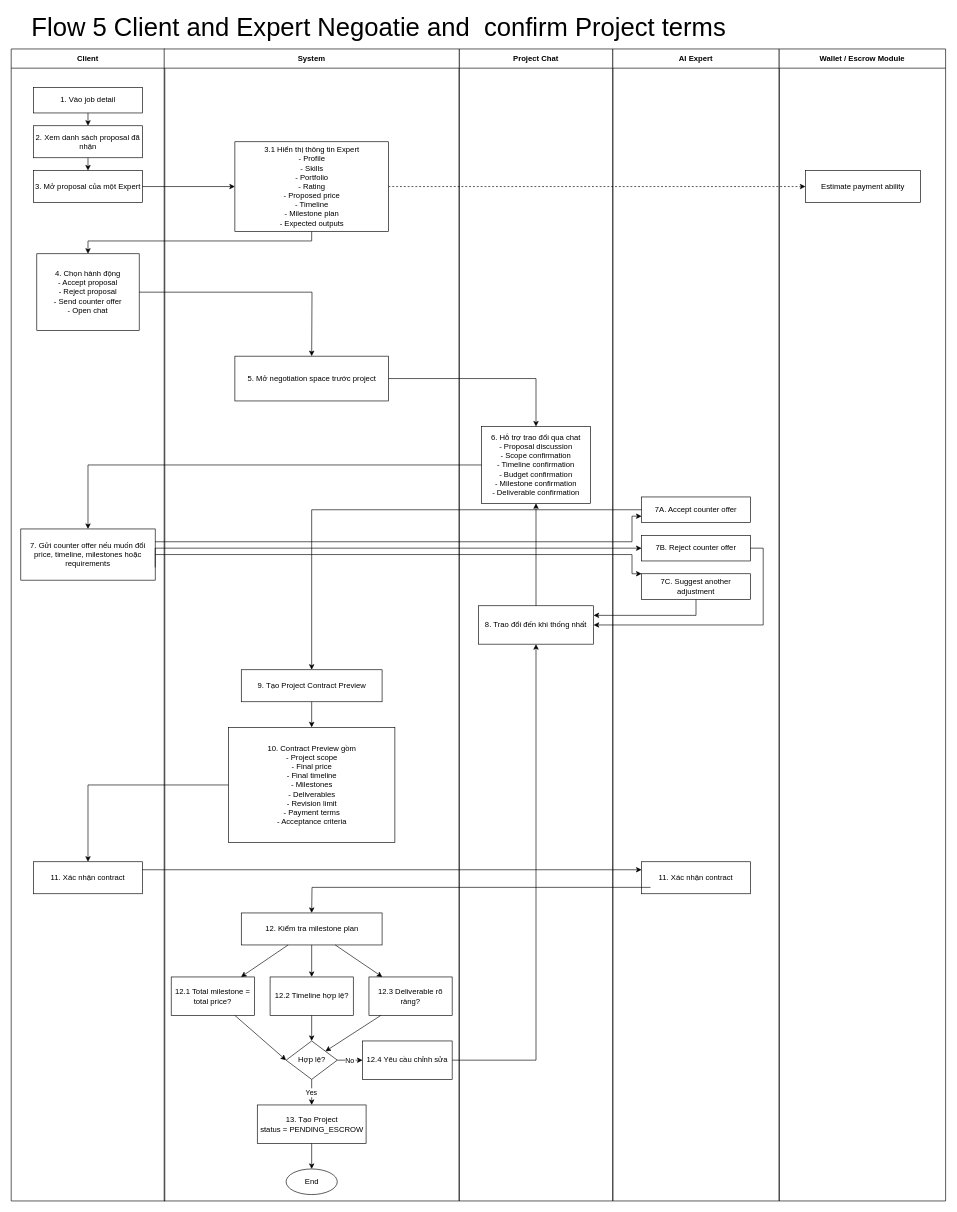
khoabuck/AI-Tasker keeps this draw.io diagram as Document AiTasker/MainFlow/flow_5_Client_and_Expert_Negoatie_and_confirm_Project_terms.drawio. Above is the earlier version. Source tidied: cells renumbered, new cells numbered last; positions are measured from the earlier drawing's top-left corner, leaving out a move shared by most shapes. Both pictures are drawn from the tidied source at 64%, with x=0, y=0 at pixel (11, 17).
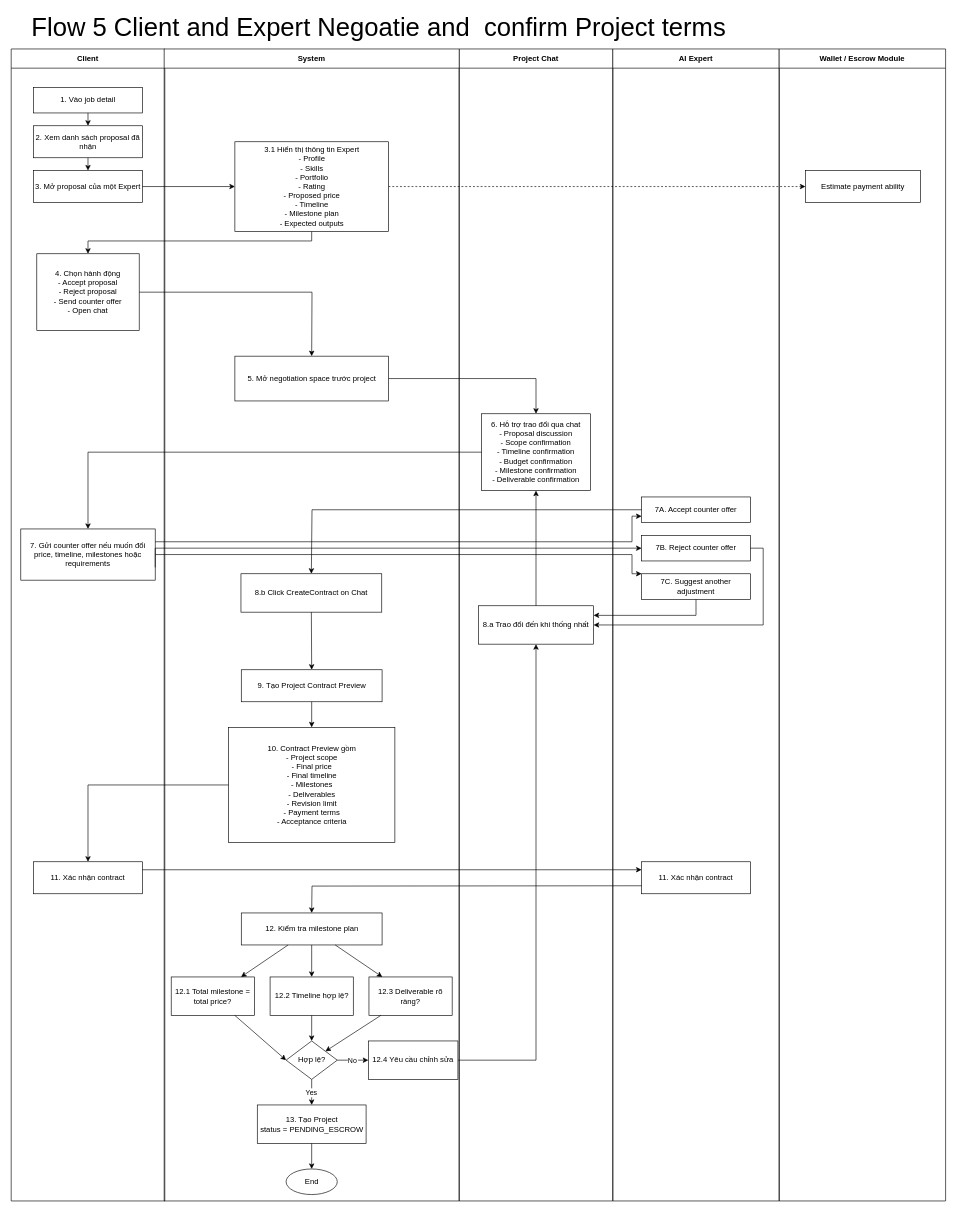
The same diagram, later.

Unchanged cells that the change refers to:
```xml
<mxCell id="7" value="7. Gửi counter offer nếu muốn đổi price, timeline, milestones hoặc requirements" style="rounded=0;whiteSpace=wrap;html=1;strokeColor=default;" parent="2" vertex="1">
  <mxGeometry x="15" y="750" width="210" height="80" as="geometry" />
</mxCell>
<mxCell id="9" value="Project Chat" style="swimlane;horizontal=1;startSize=30;" parent="1" vertex="1">
  <mxGeometry x="700" y="50" width="240" height="1800" as="geometry" />
</mxCell>
<mxCell id="14" value="7B. Reject counter offer" style="rounded=0;whiteSpace=wrap;html=1;strokeColor=default;" parent="13" vertex="1">
  <mxGeometry x="45" y="760" width="170" height="40" as="geometry" />
</mxCell>
<mxCell id="15" value="7C. Suggest another adjustment" style="rounded=0;whiteSpace=wrap;html=1;strokeColor=default;" parent="13" vertex="1">
  <mxGeometry x="45" y="820" width="170" height="40" as="geometry" />
</mxCell>
<mxCell id="16" value="7A. Accept counter offer" style="rounded=0;whiteSpace=wrap;html=1;strokeColor=default;" parent="13" vertex="1">
  <mxGeometry x="45" y="700" width="170" height="40" as="geometry" />
</mxCell>
<mxCell id="17" value="11. Xác nhận contract" style="rounded=0;whiteSpace=wrap;html=1;strokeColor=default;" parent="13" vertex="1">
  <mxGeometry x="45" y="1270" width="170" height="50" as="geometry" />
</mxCell>
<mxCell id="35" value="System" style="swimlane;horizontal=1;startSize=30;" parent="1" vertex="1">
  <mxGeometry x="239" y="50" width="461" height="1800" as="geometry" />
</mxCell>
<mxCell id="38" value="9. Tạo Project Contract Preview" style="rounded=0;whiteSpace=wrap;html=1;strokeColor=default;" parent="35" vertex="1">
  <mxGeometry x="120.5" y="970" width="220" height="50" as="geometry" />
</mxCell>
<mxCell id="40" value="12. Kiểm tra milestone plan" style="rounded=0;whiteSpace=wrap;html=1;strokeColor=default;" parent="35" vertex="1">
  <mxGeometry x="120.5" y="1350" width="220" height="50" as="geometry" />
</mxCell>
```

Change to the diagram source:
```diff
@@
     <mxCell id="10" value="6. Hỗ trợ trao đổi qua chat&#10;- Proposal discussion&#10;- Scope confirmation&#10;- Timeline confirmation&#10;- Budget confirmation&#10;- Milestone confirmation&#10;- Deliverable confirmation" style="rounded=0;whiteSpace=wrap;html=1;strokeColor=default;" parent="9" vertex="1">
-      <mxGeometry x="35" y="590" width="170" height="120" as="geometry" />
+      <mxGeometry x="35" y="570" width="170" height="120" as="geometry" />
     </mxCell>
-    <mxCell id="11" value="8. Trao đổi đến khi thống nhất" style="rounded=0;whiteSpace=wrap;html=1;strokeColor=default;" parent="9" vertex="1">
-      <mxGeometry x="30" y="870" width="180" height="60" as="geometry" />
-    </mxCell>
-    <mxCell id="12" style="edgeStyle=orthogonalEdgeStyle;rounded=0;jettySize=auto;html=1;entryX=0.5;entryY=1;entryDx=0;entryDy=0;" parent="9" edge="1" source="11" target="10">
-      <mxGeometry relative="1" as="geometry" />
-    </mxCell>
+    <mxCell id="62" value="8.a Trao đổi đến khi thống nhất" style="rounded=0;whiteSpace=wrap;html=1;strokeColor=default;" parent="9" vertex="1">
+      <mxGeometry x="30" y="870" width="180" height="60" as="geometry" />
+    </mxCell>
+    <mxCell id="63" style="edgeStyle=orthogonalEdgeStyle;rounded=0;jettySize=auto;html=1;entryX=0.5;entryY=1;entryDx=0;entryDy=0;" parent="9" edge="1" source="62" target="10">
+      <mxGeometry relative="1" as="geometry" />
+    </mxCell>
@@
     <mxCell id="26" style="strokeColor=default;rounded=0;curved=0;exitX=0;exitY=0.5;exitDx=0;exitDy=0;entryX=0.5;entryY=0;entryDx=0;entryDy=0;" parent="1" edge="1" source="10" target="7">
       <mxGeometry relative="1" as="geometry">
         <Array as="points">
-          <mxPoint x="120" y="700" />
+          <mxPoint x="120" y="680" />
         </Array>
       </mxGeometry>
     </mxCell>
@@
-    <mxCell id="29" style="strokeColor=default;rounded=0;curved=0;" parent="1" edge="1" source="45" target="11">
-      <mxGeometry relative="1" as="geometry">
-        <Array as="points">
-          <mxPoint x="820" y="1630" />
-        </Array>
-      </mxGeometry>
-    </mxCell>
+    <mxCell id="64" style="strokeColor=default;rounded=0;curved=0;" parent="1" edge="1" source="45" target="62">
+      <mxGeometry relative="1" as="geometry">
+        <Array as="points">
+          <mxPoint x="820" y="1630" />
+        </Array>
+      </mxGeometry>
+    </mxCell>
@@
-    <mxCell id="32" style="edgeStyle=orthogonalEdgeStyle;rounded=0;jettySize=auto;html=1;exitX=1;exitY=0.5;exitDx=0;exitDy=0;entryX=1;entryY=0.5;entryDx=0;entryDy=0;" parent="1" edge="1" source="14" target="11">
-      <mxGeometry relative="1" as="geometry" />
-    </mxCell>
-    <mxCell id="33" style="edgeStyle=orthogonalEdgeStyle;rounded=0;jettySize=auto;html=1;exitX=0.5;exitY=1;exitDx=0;exitDy=0;entryX=1;entryY=0.25;entryDx=0;entryDy=0;" parent="1" edge="1" source="15" target="11">
-      <mxGeometry relative="1" as="geometry" />
-    </mxCell>
+    <mxCell id="65" style="edgeStyle=orthogonalEdgeStyle;rounded=0;jettySize=auto;html=1;exitX=1;exitY=0.5;exitDx=0;exitDy=0;entryX=1;entryY=0.5;entryDx=0;entryDy=0;" parent="1" edge="1" source="14" target="62">
+      <mxGeometry relative="1" as="geometry" />
+    </mxCell>
+    <mxCell id="66" style="edgeStyle=orthogonalEdgeStyle;rounded=0;jettySize=auto;html=1;exitX=0.5;exitY=1;exitDx=0;exitDy=0;entryX=1;entryY=0.25;entryDx=0;entryDy=0;" parent="1" edge="1" source="15" target="62">
+      <mxGeometry relative="1" as="geometry" />
+    </mxCell>
@@
     <mxCell id="45" value="12.4 Yêu cầu chỉnh sửa" style="rounded=0;whiteSpace=wrap;html=1;strokeColor=default;" parent="35" vertex="1">
-      <mxGeometry x="310" y="1550" width="140" height="60" as="geometry" />
+      <mxGeometry x="319" y="1550" width="140" height="60" as="geometry" />
     </mxCell>
@@
-    <mxCell id="57" style="strokeColor=default;rounded=0;exitX=0;exitY=1;exitDx=0;exitDy=0;entryX=0.5;entryY=0;entryDx=0;entryDy=0;" parent="35" edge="1" target="40">
-      <mxGeometry relative="1" as="geometry">
-        <mxPoint x="760" y="1310" as="sourcePoint" />
-        <Array as="points">
-          <mxPoint x="231" y="1310" />
-        </Array>
-      </mxGeometry>
-    </mxCell>
@@
-    <mxCell id="59" style="edgeStyle=orthogonalEdgeStyle;rounded=0;jettySize=auto;html=1;exitX=0;exitY=0.5;exitDx=0;exitDy=0;entryX=0.5;entryY=0;entryDx=0;entryDy=0;" parent="1" edge="1" source="16" target="38">
-      <mxGeometry relative="1" as="geometry" />
-    </mxCell>
+    <mxCell id="67" value="8.b Click CreateContract on Chat" style="rounded=0;whiteSpace=wrap;html=1;" parent="35" vertex="1">
+      <mxGeometry x="120" y="820" width="220" height="60" as="geometry" />
+    </mxCell>
+    <mxCell id="68" style="endArrow=classic;html=1;rounded=0;exitX=0.5;exitY=1;exitDx=0;exitDy=0;entryX=0.5;entryY=0;entryDx=0;entryDy=0;" parent="35" edge="1" source="67" target="38">
+      <mxGeometry relative="1" as="geometry" />
+    </mxCell>
@@
+    <mxCell id="69" style="strokeColor=default;rounded=0;exitX=0;exitY=0.75;exitDx=0;exitDy=0;entryX=0.5;entryY=0;entryDx=0;entryDy=0;" parent="1" edge="1" source="17" target="40">
+      <mxGeometry relative="1" as="geometry">
+        <Array as="points">
+          <mxPoint x="470" y="1358" />
+        </Array>
+      </mxGeometry>
+    </mxCell>
+    <mxCell id="70" style="endArrow=classic;html=1;rounded=0;exitX=0;exitY=0.5;exitDx=0;exitDy=0;entryX=0.5;entryY=0;entryDx=0;entryDy=0;" parent="1" edge="1" source="16" target="67">
+      <mxGeometry relative="1" as="geometry">
+        <Array as="points">
+          <mxPoint x="470" y="770" />
+        </Array>
+      </mxGeometry>
+    </mxCell>
```
